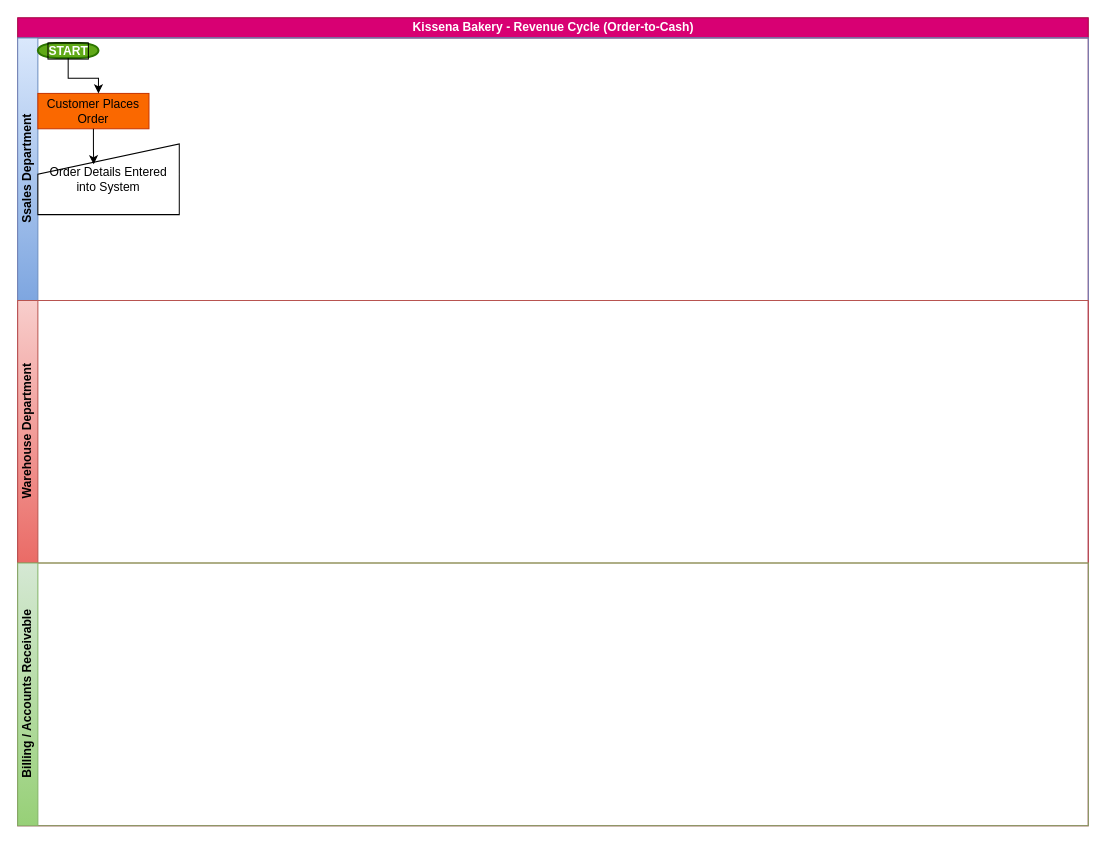
Above: Revenue_Cycle_Control.drawio in callefrankie227-beep/drawio (draw.io), before the change. Source tidied: cells renumbered, new cells numbered last; positions are measured from the earlier drawing's top-left corner, leaving out a move shared by most shapes. Both pictures are drawn from the tidied source at 101%, with x=0, y=0 at pixel (17, 17).
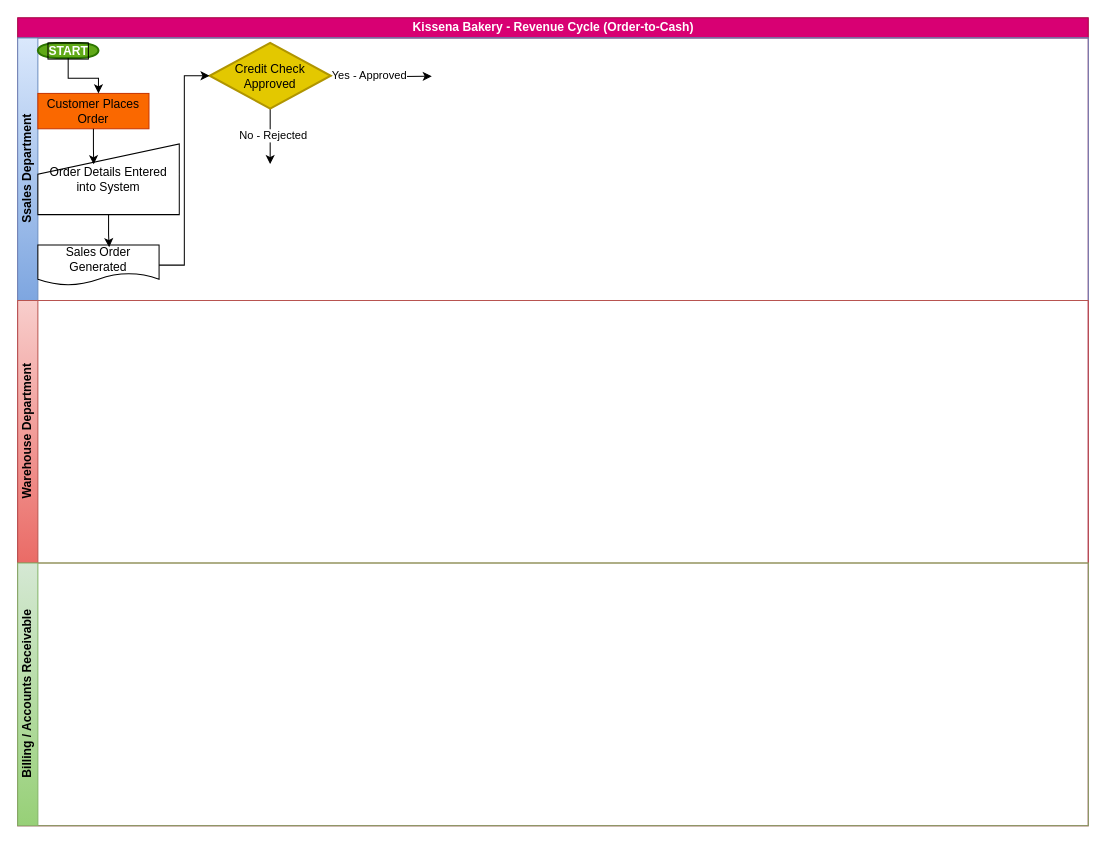
After the change.

Unchanged cells that the change refers to:
```xml
<mxCell id="3" value="Ssales Department" style="swimlane;startSize=20;horizontal=0;html=1;fillColor=#dae8fc;gradientColor=#7ea6e0;strokeColor=#6c8ebf;labelBorderColor=none;" parent="2" vertex="1">
  <mxGeometry y="20" width="1060" height="260" as="geometry" />
</mxCell>
<mxCell id="6" value="Order Details Entered into System" style="shape=manualInput;whiteSpace=wrap;html=1;" parent="3" vertex="1">
  <mxGeometry x="20" y="105" width="140" height="70" as="geometry" />
</mxCell>
```

What changed in the source:
```diff
@@
+    <mxCell id="11" value="Sales Order Generated" style="shape=document;whiteSpace=wrap;html=1;boundedLbl=1;" parent="3" vertex="1">
+      <mxGeometry x="20" y="205" width="120" height="40" as="geometry" />
+    </mxCell>
+    <mxCell id="12" style="edgeStyle=orthogonalEdgeStyle;rounded=0;jettySize=auto;html=1;entryX=0.588;entryY=0.057;entryDx=0;entryDy=0;entryPerimeter=0;" parent="3" edge="1" source="6" target="11">
+      <mxGeometry relative="1" as="geometry" />
+    </mxCell>
+    <mxCell id="13" style="edgeStyle=orthogonalEdgeStyle;rounded=0;jettySize=auto;html=1;" parent="3" edge="1" source="17">
+      <mxGeometry relative="1" as="geometry">
+        <mxPoint x="410" y="38" as="targetPoint" />
+      </mxGeometry>
+    </mxCell>
+    <mxCell id="14" value="Yes - Approved" style="edgeLabel;html=1;align=center;verticalAlign=middle;" parent="13" vertex="1">
+      <mxGeometry x="-0.26" y="1" relative="1" as="geometry" />
+    </mxCell>
+    <mxCell id="15" style="edgeStyle=orthogonalEdgeStyle;rounded=0;jettySize=auto;html=1;" parent="3" edge="1" source="17">
+      <mxGeometry relative="1" as="geometry">
+        <mxPoint x="250" y="125" as="targetPoint" />
+      </mxGeometry>
+    </mxCell>
+    <mxCell id="16" value="No - Rejected" style="edgeLabel;html=1;align=center;verticalAlign=middle;" parent="15" vertex="1">
+      <mxGeometry x="-0.07" y="2" relative="1" as="geometry" />
+    </mxCell>
+    <mxCell id="17" value="Credit Check Approved" style="strokeWidth=2;html=1;shape=mxgraph.flowchart.decision;whiteSpace=wrap;fillColor=#e3c800;fontColor=#000000;strokeColor=#B09500;" parent="3" vertex="1">
+      <mxGeometry x="190" y="5" width="120" height="65" as="geometry" />
+    </mxCell>
+    <mxCell id="18" style="edgeStyle=orthogonalEdgeStyle;rounded=0;jettySize=auto;html=1;entryX=0;entryY=0.5;entryDx=0;entryDy=0;entryPerimeter=0;" parent="3" edge="1" source="11" target="17">
+      <mxGeometry relative="1" as="geometry" />
+    </mxCell>
```
